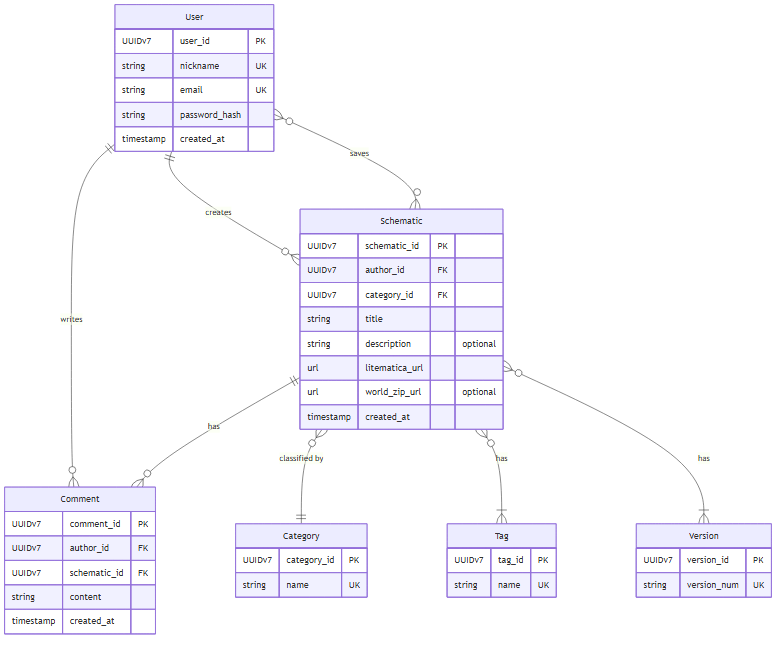
Above: lab1/model/er-diagram.png in ApostolQleg/KPI2 (Mermaid), before the change. Its source is kept beside it as lab1/model/er-diagram.mmd.
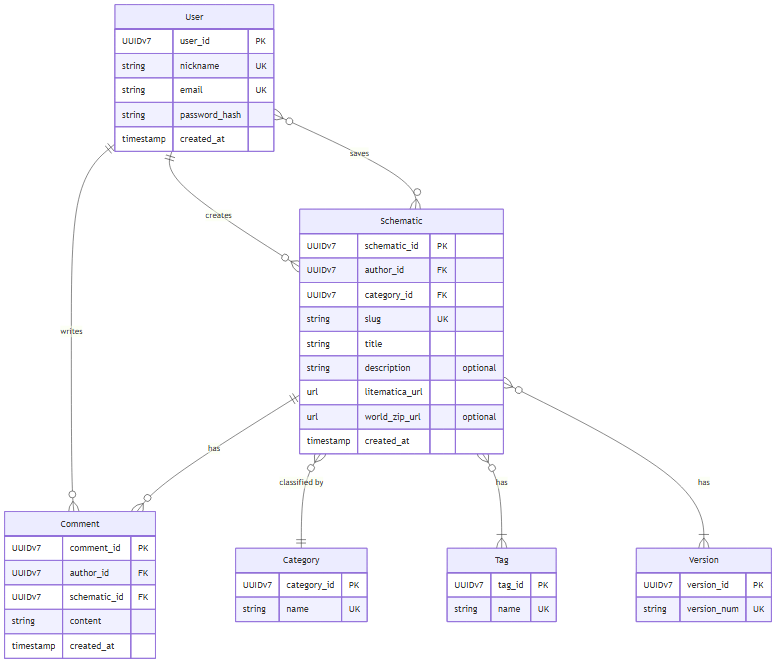
The same diagram one commit later.

Commit message:
feat(model): update ERD to include slug attribute in Schematic entity and generate new diagram

The edit, as a diff of the source:
```diff
@@ -11,6 +11,7 @@
         UUIDv7 schematic_id PK
         UUIDv7 author_id FK
         UUIDv7 category_id FK
+        string slug UK
         string title
         string description "optional"
         url litematica_url
```
